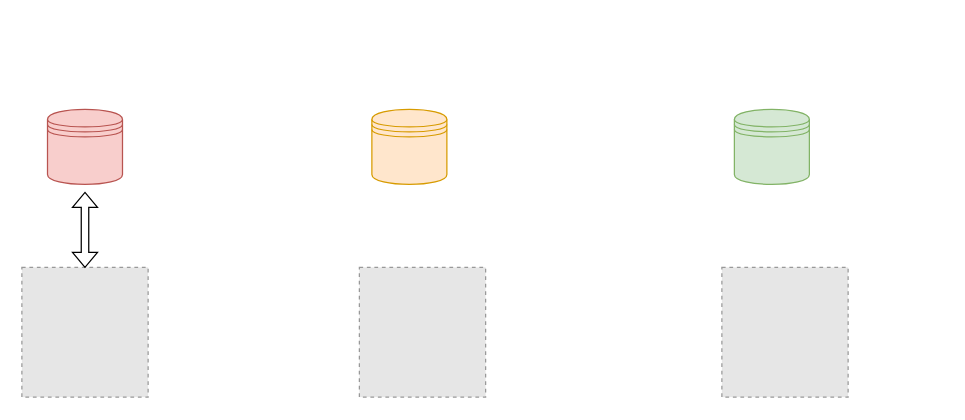
Earlier version of the draw.io diagram FL hl.drawio (ShussainML/deeplearninghomework). Source tidied: cells renumbered, new cells numbered last; positions are measured from the earlier drawing's top-left corner, leaving out a move shared by most shapes. Both pictures are drawn from the tidied source at 125%, with x=0, y=0 at pixel (21, 109). Pictures stored in the file or linked from it are replaced by grey dashed boxes.
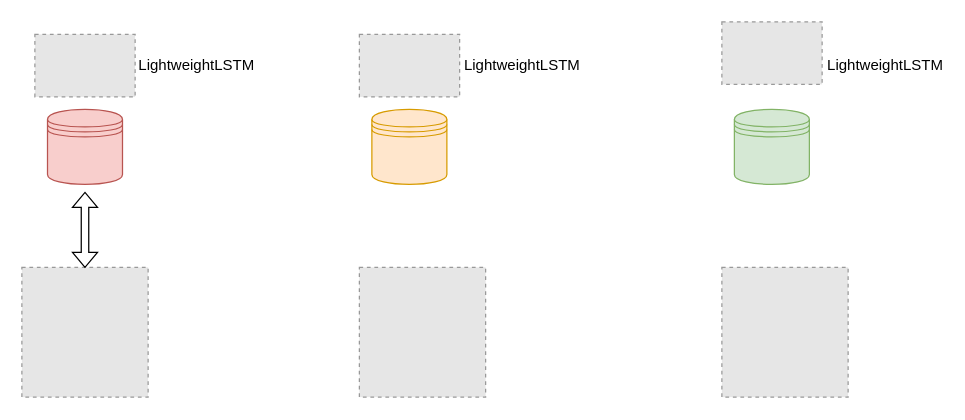
After the change.

What changed in the source:
```diff
@@
 <mxGraphModel>
   <root>
     <mxCell id="0" />
     <mxCell id="1" parent="0" />
     <mxCell id="2" style="fillColor=#E6E6E6;strokeColor=#999999;dashed=1;verticalLabelPosition=bottom;labelBackgroundColor=default;verticalAlign=top;" parent="1" vertex="1">
       <mxGeometry y="126.4" width="101" height="103.8" as="geometry" />
     </mxCell>
     <mxCell id="3" style="fillColor=#E6E6E6;strokeColor=#999999;dashed=1;verticalLabelPosition=bottom;labelBackgroundColor=default;verticalAlign=top;" parent="1" vertex="1">
       <mxGeometry x="270" y="126.4" width="101" height="103.8" as="geometry" />
     </mxCell>
     <mxCell id="4" style="fillColor=#E6E6E6;strokeColor=#999999;dashed=1;verticalLabelPosition=bottom;labelBackgroundColor=default;verticalAlign=top;" parent="1" vertex="1">
       <mxGeometry x="560" y="126.4" width="101" height="103.8" as="geometry" />
     </mxCell>
     <mxCell id="5" style="shape=doubleArrow;whiteSpace=wrap;html=1;direction=north;" parent="1" vertex="1">
       <mxGeometry x="40.5" y="66.4" width="20" height="60" as="geometry" />
     </mxCell>
     <mxCell id="6" style="shape=datastore;whiteSpace=wrap;html=1;fillColor=#ffe6cc;strokeColor=#d79b00;" parent="1" vertex="1">
       <mxGeometry x="280" width="60" height="60" as="geometry" />
     </mxCell>
     <mxCell id="7" style="shape=datastore;whiteSpace=wrap;html=1;fillColor=#d5e8d4;strokeColor=#82b366;" parent="1" vertex="1">
       <mxGeometry x="570" width="60" height="60" as="geometry" />
     </mxCell>
     <mxCell id="8" style="shape=datastore;whiteSpace=wrap;html=1;fillColor=#f8cecc;strokeColor=#b85450;" parent="1" vertex="1">
       <mxGeometry x="20.5" width="60" height="60" as="geometry" />
     </mxCell>
+    <mxCell id="9" style="fillColor=#E6E6E6;strokeColor=#999999;dashed=1;verticalLabelPosition=bottom;labelBackgroundColor=default;verticalAlign=top;" parent="1" vertex="1">
+      <mxGeometry x="10.4" y="-60" width="80.2" height="50" as="geometry" />
+    </mxCell>
+    <mxCell id="10" style="fillColor=#E6E6E6;strokeColor=#999999;dashed=1;verticalLabelPosition=bottom;labelBackgroundColor=default;verticalAlign=top;" parent="1" vertex="1">
+      <mxGeometry x="270" y="-60" width="80.2" height="50" as="geometry" />
+    </mxCell>
+    <mxCell id="11" style="fillColor=#E6E6E6;strokeColor=#999999;dashed=1;verticalLabelPosition=bottom;labelBackgroundColor=default;verticalAlign=top;" parent="1" vertex="1">
+      <mxGeometry x="560" y="-70" width="80.2" height="50" as="geometry" />
+    </mxCell>
+    <mxCell id="12" value="LightweightLSTM" style="text;html=1;align=center;verticalAlign=middle;whiteSpace=wrap;rounded=0;" parent="1" vertex="1">
+      <mxGeometry x="110" y="-50" width="60" height="30" as="geometry" />
+    </mxCell>
+    <mxCell id="13" value="LightweightLSTM" style="text;html=1;align=center;verticalAlign=middle;whiteSpace=wrap;rounded=0;" parent="1" vertex="1">
+      <mxGeometry x="370" y="-50" width="61" height="30" as="geometry" />
+    </mxCell>
+    <mxCell id="14" value="LightweightLSTM" style="text;html=1;align=center;verticalAlign=middle;whiteSpace=wrap;rounded=0;" parent="1" vertex="1">
+      <mxGeometry x="661" y="-50" width="60" height="30" as="geometry" />
+    </mxCell>
   </root>
 </mxGraphModel>
```
